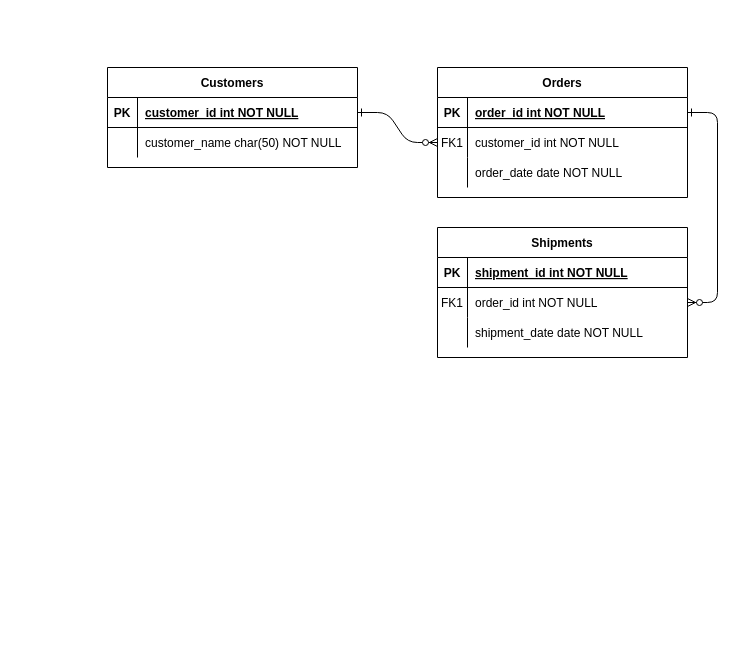
Abimanyu-A/TISP keeps this draw.io diagram as Untitled Diagram.drawio. Above is the earlier version. Source tidied: cells renumbered, new cells numbered last; positions are measured from the earlier drawing's top-left corner, leaving out a move shared by most shapes. Both pictures are drawn from the tidied source at 100%, with x=0, y=0 at pixel (107, 67).
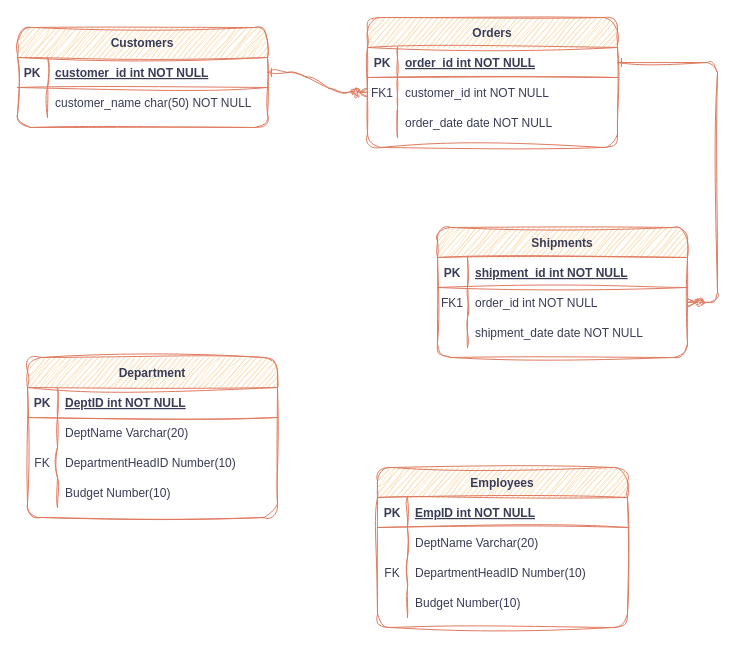
After the change.

Diff of the diagram source:
```diff
@@
-    <mxCell id="2" style="edgeStyle=entityRelationEdgeStyle;endArrow=ERzeroToMany;startArrow=ERone;endFill=1;startFill=0;" parent="1" edge="1" source="25" target="8">
+    <mxCell id="2" style="edgeStyle=entityRelationEdgeStyle;endArrow=ERzeroToMany;startArrow=ERone;endFill=1;startFill=0;labelBackgroundColor=none;strokeColor=#E07A5F;fontColor=default;sketch=1;curveFitting=1;jiggle=2;" parent="1" edge="1" source="25" target="8">
       <mxGeometry relative="1" as="geometry" />
     </mxCell>
-    <mxCell id="3" style="edgeStyle=entityRelationEdgeStyle;endArrow=ERzeroToMany;startArrow=ERone;endFill=1;startFill=0;" parent="1" edge="1" source="5" target="18">
+    <mxCell id="3" style="edgeStyle=entityRelationEdgeStyle;endArrow=ERzeroToMany;startArrow=ERone;endFill=1;startFill=0;labelBackgroundColor=none;strokeColor=#E07A5F;fontColor=default;sketch=1;curveFitting=1;jiggle=2;" parent="1" edge="1" source="5" target="18">
       <mxGeometry relative="1" as="geometry" />
     </mxCell>
-    <mxCell id="4" value="Orders" style="shape=table;startSize=30;childLayout=tableLayout;rowLines=0;fontStyle=1;align=center;" parent="1" vertex="1">
-      <mxGeometry x="330" width="250" height="130" as="geometry" />
+    <mxCell id="4" value="Orders" style="shape=table;startSize=30;childLayout=tableLayout;rowLines=0;fontStyle=1;align=center;labelBackgroundColor=none;fillColor=#F2CC8F;strokeColor=#E07A5F;fontColor=#393C56;rounded=1;sketch=1;curveFitting=1;jiggle=2;" parent="1" vertex="1">
+      <mxGeometry x="260" y="-50" width="250" height="130" as="geometry" />
     </mxCell>
-    <mxCell id="5" style="shape=partialRectangle;fillColor=none;points=[[0,0.5],[1,0.5]];portConstraint=eastwest;top=0;left=0;right=0;bottom=1;" parent="4" vertex="1">
+    <mxCell id="5" style="shape=partialRectangle;fillColor=none;points=[[0,0.5],[1,0.5]];portConstraint=eastwest;top=0;left=0;right=0;bottom=1;labelBackgroundColor=none;strokeColor=#E07A5F;fontColor=#393C56;rounded=1;sketch=1;curveFitting=1;jiggle=2;" parent="4" vertex="1">
       <mxGeometry y="30" width="250" height="30" as="geometry" />
     </mxCell>
-    <mxCell id="6" value="PK" style="shape=partialRectangle;overflow=hidden;fillColor=none;top=0;left=0;bottom=0;right=0;fontStyle=1;" parent="5" vertex="1">
+    <mxCell id="6" value="PK" style="shape=partialRectangle;overflow=hidden;fillColor=none;top=0;left=0;bottom=0;right=0;fontStyle=1;labelBackgroundColor=none;strokeColor=#E07A5F;fontColor=#393C56;rounded=1;sketch=1;curveFitting=1;jiggle=2;" parent="5" vertex="1">
       <mxGeometry width="30" height="30" as="geometry" />
     </mxCell>
-    <mxCell id="7" value="order_id int NOT NULL " style="shape=partialRectangle;overflow=hidden;fillColor=none;top=0;left=0;bottom=0;right=0;align=left;spacingLeft=6;fontStyle=5;" parent="5" vertex="1">
+    <mxCell id="7" value="order_id int NOT NULL " style="shape=partialRectangle;overflow=hidden;fillColor=none;top=0;left=0;bottom=0;right=0;align=left;spacingLeft=6;fontStyle=5;labelBackgroundColor=none;strokeColor=#E07A5F;fontColor=#393C56;rounded=1;sketch=1;curveFitting=1;jiggle=2;" parent="5" vertex="1">
       <mxGeometry x="30" width="220" height="30" as="geometry" />
     </mxCell>
-    <mxCell id="8" style="shape=partialRectangle;fillColor=none;points=[[0,0.5],[1,0.5]];portConstraint=eastwest;top=0;left=0;right=0;bottom=0;" parent="4" vertex="1">
+    <mxCell id="8" style="shape=partialRectangle;fillColor=none;points=[[0,0.5],[1,0.5]];portConstraint=eastwest;top=0;left=0;right=0;bottom=0;labelBackgroundColor=none;strokeColor=#E07A5F;fontColor=#393C56;rounded=1;sketch=1;curveFitting=1;jiggle=2;" parent="4" vertex="1">
       <mxGeometry y="60" width="250" height="30" as="geometry" />
     </mxCell>
-    <mxCell id="9" value="FK1" style="shape=partialRectangle;overflow=hidden;fillColor=none;top=0;left=0;bottom=0;right=0;" parent="8" vertex="1">
+    <mxCell id="9" value="FK1" style="shape=partialRectangle;overflow=hidden;fillColor=none;top=0;left=0;bottom=0;right=0;labelBackgroundColor=none;strokeColor=#E07A5F;fontColor=#393C56;rounded=1;sketch=1;curveFitting=1;jiggle=2;" parent="8" vertex="1">
       <mxGeometry width="30" height="30" as="geometry" />
     </mxCell>
-    <mxCell id="10" value="customer_id int NOT NULL" style="shape=partialRectangle;overflow=hidden;fillColor=none;top=0;left=0;bottom=0;right=0;align=left;spacingLeft=6;" parent="8" vertex="1">
+    <mxCell id="10" value="customer_id int NOT NULL" style="shape=partialRectangle;overflow=hidden;fillColor=none;top=0;left=0;bottom=0;right=0;align=left;spacingLeft=6;labelBackgroundColor=none;strokeColor=#E07A5F;fontColor=#393C56;rounded=1;sketch=1;curveFitting=1;jiggle=2;" parent="8" vertex="1">
       <mxGeometry x="30" width="220" height="30" as="geometry" />
     </mxCell>
-    <mxCell id="11" style="shape=partialRectangle;fillColor=none;top=0;left=0;right=0;bottom=0;" parent="4" vertex="1">
+    <mxCell id="11" style="shape=partialRectangle;fillColor=none;top=0;left=0;right=0;bottom=0;labelBackgroundColor=none;strokeColor=#E07A5F;fontColor=#393C56;rounded=1;sketch=1;curveFitting=1;jiggle=2;" parent="4" vertex="1">
       <mxGeometry y="90" width="250" height="30" as="geometry" />
     </mxCell>
-    <mxCell id="12" style="shape=partialRectangle;overflow=hidden;fillColor=none;top=0;left=0;bottom=0;right=0;" parent="11" vertex="1">
+    <mxCell id="12" style="shape=partialRectangle;overflow=hidden;fillColor=none;top=0;left=0;bottom=0;right=0;labelBackgroundColor=none;strokeColor=#E07A5F;fontColor=#393C56;rounded=1;sketch=1;curveFitting=1;jiggle=2;" parent="11" vertex="1">
       <mxGeometry width="30" height="30" as="geometry" />
     </mxCell>
-    <mxCell id="13" value="order_date date NOT NULL" style="shape=partialRectangle;overflow=hidden;fillColor=none;top=0;left=0;bottom=0;right=0;align=left;spacingLeft=6;" parent="11" vertex="1">
+    <mxCell id="13" value="order_date date NOT NULL" style="shape=partialRectangle;overflow=hidden;fillColor=none;top=0;left=0;bottom=0;right=0;align=left;spacingLeft=6;labelBackgroundColor=none;strokeColor=#E07A5F;fontColor=#393C56;rounded=1;sketch=1;curveFitting=1;jiggle=2;" parent="11" vertex="1">
       <mxGeometry x="30" width="220" height="30" as="geometry" />
     </mxCell>
-    <mxCell id="14" value="Shipments" style="shape=table;startSize=30;childLayout=tableLayout;rowLines=0;fontStyle=1;align=center;" parent="1" vertex="1">
+    <mxCell id="14" value="Shipments" style="shape=table;startSize=30;childLayout=tableLayout;rowLines=0;fontStyle=1;align=center;labelBackgroundColor=none;fillColor=#F2CC8F;strokeColor=#E07A5F;fontColor=#393C56;rounded=1;sketch=1;curveFitting=1;jiggle=2;" parent="1" vertex="1">
       <mxGeometry x="330" y="160" width="250" height="130" as="geometry" />
     </mxCell>
-    <mxCell id="15" style="shape=partialRectangle;fillColor=none;top=0;left=0;right=0;bottom=1;" parent="14" vertex="1">
+    <mxCell id="15" style="shape=partialRectangle;fillColor=none;top=0;left=0;right=0;bottom=1;labelBackgroundColor=none;strokeColor=#E07A5F;fontColor=#393C56;rounded=1;sketch=1;curveFitting=1;jiggle=2;" parent="14" vertex="1">
       <mxGeometry y="30" width="250" height="30" as="geometry" />
     </mxCell>
-    <mxCell id="16" value="PK" style="shape=partialRectangle;overflow=hidden;fillColor=none;top=0;left=0;bottom=0;right=0;fontStyle=1;" parent="15" vertex="1">
+    <mxCell id="16" value="PK" style="shape=partialRectangle;overflow=hidden;fillColor=none;top=0;left=0;bottom=0;right=0;fontStyle=1;labelBackgroundColor=none;strokeColor=#E07A5F;fontColor=#393C56;rounded=1;sketch=1;curveFitting=1;jiggle=2;" parent="15" vertex="1">
       <mxGeometry width="30" height="30" as="geometry" />
     </mxCell>
-    <mxCell id="17" value="shipment_id int NOT NULL " style="shape=partialRectangle;overflow=hidden;fillColor=none;top=0;left=0;bottom=0;right=0;align=left;spacingLeft=6;fontStyle=5;" parent="15" vertex="1">
+    <mxCell id="17" value="shipment_id int NOT NULL " style="shape=partialRectangle;overflow=hidden;fillColor=none;top=0;left=0;bottom=0;right=0;align=left;spacingLeft=6;fontStyle=5;labelBackgroundColor=none;strokeColor=#E07A5F;fontColor=#393C56;rounded=1;sketch=1;curveFitting=1;jiggle=2;" parent="15" vertex="1">
       <mxGeometry x="30" width="220" height="30" as="geometry" />
     </mxCell>
-    <mxCell id="18" style="shape=partialRectangle;fillColor=none;points=[[0,0.5],[1,0.5]];portConstraint=eastwest;top=0;left=0;right=0;bottom=0;" parent="14" vertex="1">
+    <mxCell id="18" style="shape=partialRectangle;fillColor=none;points=[[0,0.5],[1,0.5]];portConstraint=eastwest;top=0;left=0;right=0;bottom=0;labelBackgroundColor=none;strokeColor=#E07A5F;fontColor=#393C56;rounded=1;sketch=1;curveFitting=1;jiggle=2;" parent="14" vertex="1">
       <mxGeometry y="60" width="250" height="30" as="geometry" />
     </mxCell>
-    <mxCell id="19" value="FK1" style="shape=partialRectangle;overflow=hidden;fillColor=none;top=0;left=0;bottom=0;right=0;" parent="18" vertex="1">
+    <mxCell id="19" value="FK1" style="shape=partialRectangle;overflow=hidden;fillColor=none;top=0;left=0;bottom=0;right=0;labelBackgroundColor=none;strokeColor=#E07A5F;fontColor=#393C56;rounded=1;sketch=1;curveFitting=1;jiggle=2;" parent="18" vertex="1">
       <mxGeometry width="30" height="30" as="geometry" />
     </mxCell>
-    <mxCell id="20" value="order_id int NOT NULL" style="shape=partialRectangle;overflow=hidden;fillColor=none;top=0;left=0;bottom=0;right=0;align=left;spacingLeft=6;" parent="18" vertex="1">
+    <mxCell id="20" value="order_id int NOT NULL" style="shape=partialRectangle;overflow=hidden;fillColor=none;top=0;left=0;bottom=0;right=0;align=left;spacingLeft=6;labelBackgroundColor=none;strokeColor=#E07A5F;fontColor=#393C56;rounded=1;sketch=1;curveFitting=1;jiggle=2;" parent="18" vertex="1">
       <mxGeometry x="30" width="220" height="30" as="geometry" />
     </mxCell>
-    <mxCell id="21" style="shape=partialRectangle;fillColor=none;top=0;left=0;right=0;bottom=0;" parent="14" vertex="1">
+    <mxCell id="21" style="shape=partialRectangle;fillColor=none;top=0;left=0;right=0;bottom=0;labelBackgroundColor=none;strokeColor=#E07A5F;fontColor=#393C56;rounded=1;sketch=1;curveFitting=1;jiggle=2;" parent="14" vertex="1">
       <mxGeometry y="90" width="250" height="30" as="geometry" />
     </mxCell>
-    <mxCell id="22" style="shape=partialRectangle;overflow=hidden;fillColor=none;top=0;left=0;bottom=0;right=0;" parent="21" vertex="1">
+    <mxCell id="22" style="shape=partialRectangle;overflow=hidden;fillColor=none;top=0;left=0;bottom=0;right=0;labelBackgroundColor=none;strokeColor=#E07A5F;fontColor=#393C56;rounded=1;sketch=1;curveFitting=1;jiggle=2;" parent="21" vertex="1">
       <mxGeometry width="30" height="30" as="geometry" />
     </mxCell>
-    <mxCell id="23" value="shipment_date date NOT NULL" style="shape=partialRectangle;overflow=hidden;fillColor=none;top=0;left=0;bottom=0;right=0;align=left;spacingLeft=6;" parent="21" vertex="1">
+    <mxCell id="23" value="shipment_date date NOT NULL" style="shape=partialRectangle;overflow=hidden;fillColor=none;top=0;left=0;bottom=0;right=0;align=left;spacingLeft=6;labelBackgroundColor=none;strokeColor=#E07A5F;fontColor=#393C56;rounded=1;sketch=1;curveFitting=1;jiggle=2;" parent="21" vertex="1">
       <mxGeometry x="30" width="220" height="30" as="geometry" />
     </mxCell>
-    <mxCell id="24" value="Customers" style="shape=table;startSize=30;childLayout=tableLayout;rowLines=0;fontStyle=1;align=center;" parent="1" vertex="1">
-      <mxGeometry width="250" height="100" as="geometry" />
+    <mxCell id="24" value="Customers" style="shape=table;startSize=30;childLayout=tableLayout;rowLines=0;fontStyle=1;align=center;labelBackgroundColor=none;fillColor=#F2CC8F;strokeColor=#E07A5F;fontColor=#393C56;rounded=1;sketch=1;curveFitting=1;jiggle=2;" parent="1" vertex="1">
+      <mxGeometry x="-90" y="-40" width="250" height="100" as="geometry" />
     </mxCell>
-    <mxCell id="25" style="shape=partialRectangle;fillColor=none;points=[[0,0.5],[1,0.5]];portConstraint=eastwest;top=0;left=0;right=0;bottom=1;" parent="24" vertex="1">
+    <mxCell id="25" style="shape=partialRectangle;fillColor=none;points=[[0,0.5],[1,0.5]];portConstraint=eastwest;top=0;left=0;right=0;bottom=1;labelBackgroundColor=none;strokeColor=#E07A5F;fontColor=#393C56;rounded=1;sketch=1;curveFitting=1;jiggle=2;" parent="24" vertex="1">
       <mxGeometry y="30" width="250" height="30" as="geometry" />
     </mxCell>
-    <mxCell id="26" value="PK" style="shape=partialRectangle;overflow=hidden;fillColor=none;top=0;left=0;bottom=0;right=0;fontStyle=1;" parent="25" vertex="1">
+    <mxCell id="26" value="PK" style="shape=partialRectangle;overflow=hidden;fillColor=none;top=0;left=0;bottom=0;right=0;fontStyle=1;labelBackgroundColor=none;strokeColor=#E07A5F;fontColor=#393C56;rounded=1;sketch=1;curveFitting=1;jiggle=2;" parent="25" vertex="1">
       <mxGeometry width="30" height="30" as="geometry" />
     </mxCell>
-    <mxCell id="27" value="customer_id int NOT NULL " style="shape=partialRectangle;overflow=hidden;fillColor=none;top=0;left=0;bottom=0;right=0;align=left;spacingLeft=6;fontStyle=5;" parent="25" vertex="1">
+    <mxCell id="27" value="customer_id int NOT NULL " style="shape=partialRectangle;overflow=hidden;fillColor=none;top=0;left=0;bottom=0;right=0;align=left;spacingLeft=6;fontStyle=5;labelBackgroundColor=none;strokeColor=#E07A5F;fontColor=#393C56;rounded=1;sketch=1;curveFitting=1;jiggle=2;" parent="25" vertex="1">
       <mxGeometry x="30" width="220" height="30" as="geometry" />
     </mxCell>
-    <mxCell id="28" style="shape=partialRectangle;fillColor=none;top=0;left=0;right=0;bottom=0;" parent="24" vertex="1">
+    <mxCell id="28" style="shape=partialRectangle;fillColor=none;top=0;left=0;right=0;bottom=0;labelBackgroundColor=none;strokeColor=#E07A5F;fontColor=#393C56;rounded=1;sketch=1;curveFitting=1;jiggle=2;" parent="24" vertex="1">
       <mxGeometry y="60" width="250" height="30" as="geometry" />
     </mxCell>
-    <mxCell id="29" style="shape=partialRectangle;overflow=hidden;fillColor=none;top=0;left=0;bottom=0;right=0;" parent="28" vertex="1">
+    <mxCell id="29" style="shape=partialRectangle;overflow=hidden;fillColor=none;top=0;left=0;bottom=0;right=0;labelBackgroundColor=none;strokeColor=#E07A5F;fontColor=#393C56;rounded=1;sketch=1;curveFitting=1;jiggle=2;" parent="28" vertex="1">
       <mxGeometry width="30" height="30" as="geometry" />
     </mxCell>
-    <mxCell id="30" value="customer_name char(50) NOT NULL" style="shape=partialRectangle;overflow=hidden;fillColor=none;top=0;left=0;bottom=0;right=0;align=left;spacingLeft=6;" parent="28" vertex="1">
+    <mxCell id="30" value="customer_name char(50) NOT NULL" style="shape=partialRectangle;overflow=hidden;fillColor=none;top=0;left=0;bottom=0;right=0;align=left;spacingLeft=6;labelBackgroundColor=none;strokeColor=#E07A5F;fontColor=#393C56;rounded=1;sketch=1;curveFitting=1;jiggle=2;" parent="28" vertex="1">
       <mxGeometry x="30" width="220" height="30" as="geometry" />
     </mxCell>
+    <mxCell id="31" value="Department" style="shape=table;startSize=30;childLayout=tableLayout;rowLines=0;fontStyle=1;align=center;labelBackgroundColor=none;fillColor=#F2CC8F;strokeColor=#E07A5F;fontColor=#393C56;rounded=1;sketch=1;curveFitting=1;jiggle=2;arcSize=15;" parent="1" vertex="1">
+      <mxGeometry x="-80" y="290" width="250" height="160" as="geometry" />
+    </mxCell>
+    <mxCell id="32" style="shape=partialRectangle;fillColor=none;top=0;left=0;right=0;bottom=1;labelBackgroundColor=none;strokeColor=#E07A5F;fontColor=#393C56;rounded=1;sketch=1;curveFitting=1;jiggle=2;" parent="31" vertex="1">
+      <mxGeometry y="30" width="250" height="30" as="geometry" />
+    </mxCell>
+    <mxCell id="33" value="PK" style="shape=partialRectangle;overflow=hidden;fillColor=none;top=0;left=0;bottom=0;right=0;fontStyle=1;labelBackgroundColor=none;strokeColor=#E07A5F;fontColor=#393C56;rounded=1;sketch=1;curveFitting=1;jiggle=2;" parent="32" vertex="1">
+      <mxGeometry width="30" height="30" as="geometry" />
+    </mxCell>
+    <mxCell id="34" value="DeptID int NOT NULL" style="shape=partialRectangle;overflow=hidden;fillColor=none;top=0;left=0;bottom=0;right=0;align=left;spacingLeft=6;fontStyle=5;labelBackgroundColor=none;strokeColor=#E07A5F;fontColor=#393C56;rounded=1;sketch=1;curveFitting=1;jiggle=2;" parent="32" vertex="1">
+      <mxGeometry x="30" width="220" height="30" as="geometry" />
+    </mxCell>
+    <mxCell id="35" style="shape=partialRectangle;fillColor=none;top=0;left=0;right=0;bottom=0;labelBackgroundColor=none;strokeColor=#E07A5F;fontColor=#393C56;rounded=1;sketch=1;curveFitting=1;jiggle=2;" parent="31" vertex="1">
+      <mxGeometry y="60" width="250" height="30" as="geometry" />
+    </mxCell>
+    <mxCell id="36" style="shape=partialRectangle;overflow=hidden;fillColor=none;top=0;left=0;bottom=0;right=0;labelBackgroundColor=none;strokeColor=#E07A5F;fontColor=#393C56;rounded=1;sketch=1;curveFitting=1;jiggle=2;" parent="35" vertex="1">
+      <mxGeometry width="30" height="30" as="geometry" />
+    </mxCell>
+    <mxCell id="37" value="DeptName Varchar(20) " style="shape=partialRectangle;overflow=hidden;fillColor=none;top=0;left=0;bottom=0;right=0;align=left;spacingLeft=6;labelBackgroundColor=none;strokeColor=#E07A5F;fontColor=#393C56;rounded=1;sketch=1;curveFitting=1;jiggle=2;" parent="35" vertex="1">
+      <mxGeometry x="30" width="220" height="30" as="geometry" />
+    </mxCell>
+    <mxCell id="38" style="shape=partialRectangle;fillColor=none;top=0;left=0;right=0;bottom=0;labelBackgroundColor=none;strokeColor=#E07A5F;fontColor=#393C56;rounded=1;sketch=1;curveFitting=1;jiggle=2;" parent="31" vertex="1">
+      <mxGeometry y="90" width="250" height="30" as="geometry" />
+    </mxCell>
+    <mxCell id="39" value="FK" style="shape=partialRectangle;overflow=hidden;fillColor=none;top=0;left=0;bottom=0;right=0;labelBackgroundColor=none;strokeColor=#E07A5F;fontColor=#393C56;rounded=1;sketch=1;curveFitting=1;jiggle=2;" parent="38" vertex="1">
+      <mxGeometry width="30" height="30" as="geometry" />
+    </mxCell>
+    <mxCell id="40" value="DepartmentHeadID Number(10)" style="shape=partialRectangle;overflow=hidden;fillColor=none;top=0;left=0;bottom=0;right=0;align=left;spacingLeft=6;labelBackgroundColor=none;strokeColor=#E07A5F;fontColor=#393C56;rounded=1;sketch=1;curveFitting=1;jiggle=2;" parent="38" vertex="1">
+      <mxGeometry x="30" width="220" height="30" as="geometry" />
+    </mxCell>
+    <mxCell id="41" style="shape=partialRectangle;fillColor=none;top=0;left=0;right=0;bottom=0;labelBackgroundColor=none;strokeColor=#E07A5F;fontColor=#393C56;rounded=1;sketch=1;curveFitting=1;jiggle=2;" parent="31" vertex="1">
+      <mxGeometry y="120" width="250" height="30" as="geometry" />
+    </mxCell>
+    <mxCell id="42" style="shape=partialRectangle;overflow=hidden;fillColor=none;top=0;left=0;bottom=0;right=0;labelBackgroundColor=none;strokeColor=#E07A5F;fontColor=#393C56;rounded=1;sketch=1;curveFitting=1;jiggle=2;" parent="41" vertex="1">
+      <mxGeometry width="30" height="30" as="geometry" />
+    </mxCell>
+    <mxCell id="43" value="Budget Number(10)" style="shape=partialRectangle;overflow=hidden;fillColor=none;top=0;left=0;bottom=0;right=0;align=left;spacingLeft=6;labelBackgroundColor=none;strokeColor=#E07A5F;fontColor=#393C56;rounded=1;sketch=1;curveFitting=1;jiggle=2;" parent="41" vertex="1">
+      <mxGeometry x="30" width="220" height="30" as="geometry" />
+    </mxCell>
+    <mxCell id="44" value="Employees" style="shape=table;startSize=30;childLayout=tableLayout;rowLines=0;fontStyle=1;align=center;labelBackgroundColor=none;fillColor=#F2CC8F;strokeColor=#E07A5F;fontColor=#393C56;rounded=1;sketch=1;curveFitting=1;jiggle=2;arcSize=15;" parent="1" vertex="1">
+      <mxGeometry x="270" y="400" width="250" height="160" as="geometry" />
+    </mxCell>
+    <mxCell id="45" style="shape=partialRectangle;fillColor=none;top=0;left=0;right=0;bottom=1;labelBackgroundColor=none;strokeColor=#E07A5F;fontColor=#393C56;rounded=1;sketch=1;curveFitting=1;jiggle=2;" parent="44" vertex="1">
+      <mxGeometry y="30" width="250" height="30" as="geometry" />
+    </mxCell>
+    <mxCell id="46" value="PK" style="shape=partialRectangle;overflow=hidden;fillColor=none;top=0;left=0;bottom=0;right=0;fontStyle=1;labelBackgroundColor=none;strokeColor=#E07A5F;fontColor=#393C56;rounded=1;sketch=1;curveFitting=1;jiggle=2;" parent="45" vertex="1">
+      <mxGeometry width="30" height="30" as="geometry" />
+    </mxCell>
+    <mxCell id="47" value="EmpID int NOT NULL" style="shape=partialRectangle;overflow=hidden;fillColor=none;top=0;left=0;bottom=0;right=0;align=left;spacingLeft=6;fontStyle=5;labelBackgroundColor=none;strokeColor=#E07A5F;fontColor=#393C56;rounded=1;sketch=1;curveFitting=1;jiggle=2;" parent="45" vertex="1">
+      <mxGeometry x="30" width="220" height="30" as="geometry" />
+    </mxCell>
+    <mxCell id="48" style="shape=partialRectangle;fillColor=none;top=0;left=0;right=0;bottom=0;labelBackgroundColor=none;strokeColor=#E07A5F;fontColor=#393C56;rounded=1;sketch=1;curveFitting=1;jiggle=2;" parent="44" vertex="1">
+      <mxGeometry y="60" width="250" height="30" as="geometry" />
+    </mxCell>
+    <mxCell id="49" style="shape=partialRectangle;overflow=hidden;fillColor=none;top=0;left=0;bottom=0;right=0;labelBackgroundColor=none;strokeColor=#E07A5F;fontColor=#393C56;rounded=1;sketch=1;curveFitting=1;jiggle=2;" parent="48" vertex="1">
+      <mxGeometry width="30" height="30" as="geometry" />
+    </mxCell>
+    <mxCell id="50" value="DeptName Varchar(20) " style="shape=partialRectangle;overflow=hidden;fillColor=none;top=0;left=0;bottom=0;right=0;align=left;spacingLeft=6;labelBackgroundColor=none;strokeColor=#E07A5F;fontColor=#393C56;rounded=1;sketch=1;curveFitting=1;jiggle=2;" parent="48" vertex="1">
+      <mxGeometry x="30" width="220" height="30" as="geometry" />
+    </mxCell>
+    <mxCell id="51" style="shape=partialRectangle;fillColor=none;top=0;left=0;right=0;bottom=0;labelBackgroundColor=none;strokeColor=#E07A5F;fontColor=#393C56;rounded=1;sketch=1;curveFitting=1;jiggle=2;" parent="44" vertex="1">
+      <mxGeometry y="90" width="250" height="30" as="geometry" />
+    </mxCell>
+    <mxCell id="52" value="FK" style="shape=partialRectangle;overflow=hidden;fillColor=none;top=0;left=0;bottom=0;right=0;labelBackgroundColor=none;strokeColor=#E07A5F;fontColor=#393C56;rounded=1;sketch=1;curveFitting=1;jiggle=2;" parent="51" vertex="1">
+      <mxGeometry width="30" height="30" as="geometry" />
+    </mxCell>
+    <mxCell id="53" value="DepartmentHeadID Number(10)" style="shape=partialRectangle;overflow=hidden;fillColor=none;top=0;left=0;bottom=0;right=0;align=left;spacingLeft=6;labelBackgroundColor=none;strokeColor=#E07A5F;fontColor=#393C56;rounded=1;sketch=1;curveFitting=1;jiggle=2;" parent="51" vertex="1">
+      <mxGeometry x="30" width="220" height="30" as="geometry" />
+    </mxCell>
+    <mxCell id="54" style="shape=partialRectangle;fillColor=none;top=0;left=0;right=0;bottom=0;labelBackgroundColor=none;strokeColor=#E07A5F;fontColor=#393C56;rounded=1;sketch=1;curveFitting=1;jiggle=2;" parent="44" vertex="1">
+      <mxGeometry y="120" width="250" height="30" as="geometry" />
+    </mxCell>
+    <mxCell id="55" style="shape=partialRectangle;overflow=hidden;fillColor=none;top=0;left=0;bottom=0;right=0;labelBackgroundColor=none;strokeColor=#E07A5F;fontColor=#393C56;rounded=1;sketch=1;curveFitting=1;jiggle=2;" parent="54" vertex="1">
+      <mxGeometry width="30" height="30" as="geometry" />
+    </mxCell>
+    <mxCell id="56" value="Budget Number(10)" style="shape=partialRectangle;overflow=hidden;fillColor=none;top=0;left=0;bottom=0;right=0;align=left;spacingLeft=6;labelBackgroundColor=none;strokeColor=#E07A5F;fontColor=#393C56;rounded=1;sketch=1;curveFitting=1;jiggle=2;" parent="54" vertex="1">
+      <mxGeometry x="30" width="220" height="30" as="geometry" />
+    </mxCell>
```
